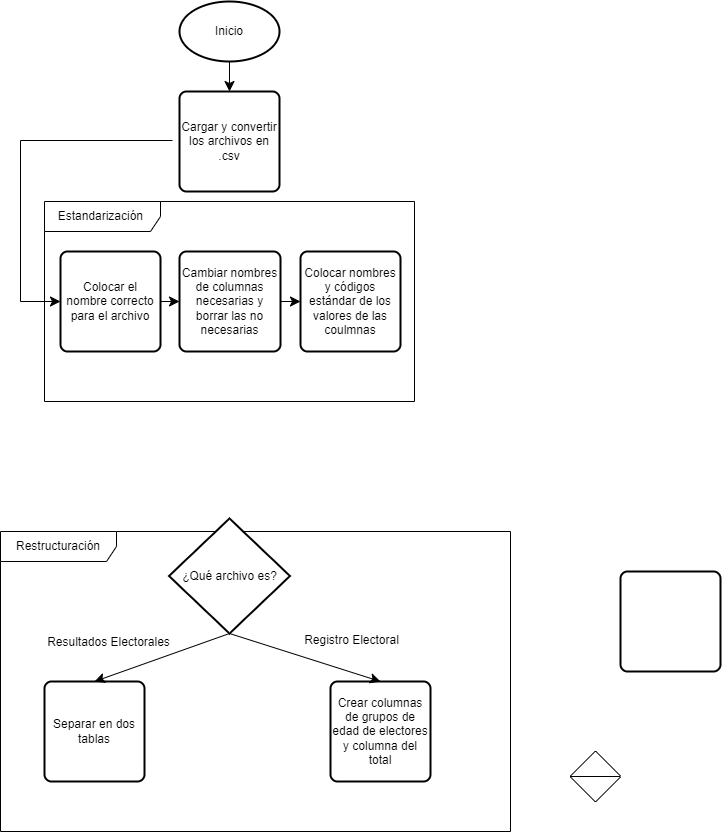
kris-aid/ELECU keeps this draw.io diagram as assests/Elecu-Flowchart.drawio.png. Above is the earlier version. Source tidied: cells renumbered, new cells last; positions are measured from the earlier drawing's top-left corner, leaving out a move shared by most shapes.
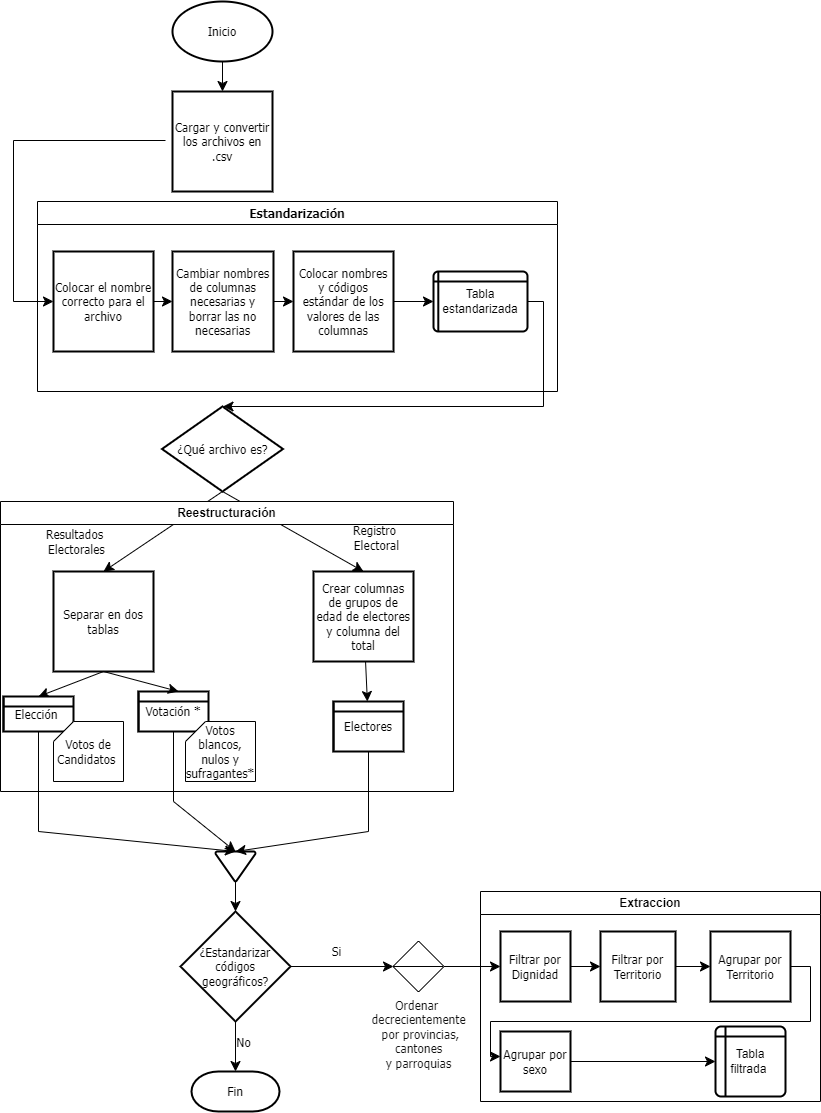
After the change.

The edit, as a diff of the source:
```diff
@@ -4,64 +4,49 @@
     <mxCell id="1" parent="0" />
-    <mxCell id="2" style="edgeStyle=none;curved=1;rounded=0;jettySize=auto;html=1;fontSize=12;startSize=8;endSize=8;" parent="1" edge="1" source="3" target="5">
+    <mxCell id="2" style="edgeStyle=none;curved=1;rounded=0;jettySize=auto;html=1;fontSize=12;startSize=8;endSize=8;labelBackgroundColor=none;fontColor=default;fontFamily=Tahoma;" parent="1" edge="1" source="3" target="5">
       <mxGeometry relative="1" as="geometry" />
     </mxCell>
-    <mxCell id="3" value="Inicio" style="strokeWidth=2;html=1;shape=mxgraph.flowchart.start_1;whiteSpace=wrap;" parent="1" vertex="1">
+    <mxCell id="3" value="Inicio" style="strokeWidth=2;html=1;shape=mxgraph.flowchart.start_1;whiteSpace=wrap;labelBackgroundColor=none;fontFamily=Tahoma;fontSize=12;rounded=0;" parent="1" vertex="1">
       <mxGeometry x="179" width="100" height="60" as="geometry" />
     </mxCell>
+    <mxCell id="22" style="edgeStyle=none;curved=1;rounded=0;jettySize=auto;html=1;entryX=0;entryY=0.5;entryDx=0;entryDy=0;fontSize=12;startSize=8;endSize=8;exitX=1;exitY=0.5;exitDx=0;exitDy=0;exitPerimeter=0;" parent="1" edge="1" source="4" target="15">
+      <mxGeometry relative="1" as="geometry" />
+    </mxCell>
-    <mxCell id="4" style="verticalLabelPosition=bottom;verticalAlign=top;html=1;shape=mxgraph.flowchart.sort;" parent="1" vertex="1">
-      <mxGeometry x="570" y="750" width="50" height="50" as="geometry" />
+    <mxCell id="4" value="&lt;font color=&quot;#121212&quot;&gt;Ordenar&amp;nbsp;&lt;/font&gt;&lt;div style=&quot;font-size: 12px;&quot;&gt;&lt;font color=&quot;#121212&quot;&gt;decrecientemente&lt;/font&gt;&lt;/div&gt;&lt;div style=&quot;font-size: 12px;&quot;&gt;&lt;font color=&quot;#121212&quot;&gt;&amp;nbsp;por provincias&lt;span style=&quot;background-color: initial; font-size: 12px;&quot;&gt;,&lt;/span&gt;&lt;/font&gt;&lt;/div&gt;&lt;div style=&quot;font-size: 12px;&quot;&gt;&lt;span style=&quot;background-color: initial; font-size: 12px;&quot;&gt;&lt;font color=&quot;#121212&quot;&gt;&amp;nbsp;cantones&amp;nbsp;&lt;/font&gt;&lt;/span&gt;&lt;/div&gt;&lt;div style=&quot;font-size: 12px;&quot;&gt;&lt;font color=&quot;#121212&quot;&gt;y parroquias&lt;/font&gt;&lt;/div&gt;" style="verticalLabelPosition=bottom;verticalAlign=top;html=1;shape=mxgraph.flowchart.sort;labelBackgroundColor=none;fontFamily=Tahoma;fontSize=12;rounded=0;" parent="1" vertex="1">
+      <mxGeometry x="400" y="940" width="50" height="50" as="geometry" />
     </mxCell>
-    <mxCell id="5" value="Cargar y convertir los archivos en .csv" style="rounded=1;whiteSpace=wrap;html=1;absoluteArcSize=1;arcSize=14;strokeWidth=2;" parent="1" vertex="1">
+    <mxCell id="5" value="Cargar y convertir los archivos en .csv" style="rounded=0;whiteSpace=wrap;html=1;absoluteArcSize=1;arcSize=14;strokeWidth=2;labelBackgroundColor=none;fontFamily=Tahoma;fontSize=12;" parent="1" vertex="1">
       <mxGeometry x="179" y="90" width="100" height="100" as="geometry" />
     </mxCell>
-    <mxCell id="6" style="edgeStyle=none;curved=1;rounded=0;jettySize=auto;html=1;exitX=1;exitY=0.5;exitDx=0;exitDy=0;entryX=0;entryY=0.5;entryDx=0;entryDy=0;fontSize=12;startSize=8;endSize=8;" parent="1" edge="1" source="7" target="9">
-      <mxGeometry relative="1" as="geometry" />
-    </mxCell>
-    <mxCell id="7" value="Cambiar nombres de columnas necesarias y borrar las no necesarias" style="rounded=1;whiteSpace=wrap;html=1;absoluteArcSize=1;arcSize=14;strokeWidth=2;" parent="1" vertex="1">
-      <mxGeometry x="179" y="250" width="101" height="100" as="geometry" />
-    </mxCell>
-    <mxCell id="8" value="Estandarización&amp;nbsp;" style="shape=umlFrame;whiteSpace=wrap;html=1;width=116;height=30;" parent="1" vertex="1">
-      <mxGeometry x="44" y="200" width="370" height="200" as="geometry" />
-    </mxCell>
-    <mxCell id="9" value="Colocar nombres y códigos estándar de los valores de las coulmnas" style="rounded=1;whiteSpace=wrap;html=1;absoluteArcSize=1;arcSize=14;strokeWidth=2;" parent="1" vertex="1">
-      <mxGeometry x="300" y="250" width="100" height="100" as="geometry" />
-    </mxCell>
-    <mxCell id="10" style="edgeStyle=none;curved=1;rounded=0;jettySize=auto;html=1;exitX=1;exitY=0.5;exitDx=0;exitDy=0;entryX=0;entryY=0.5;entryDx=0;entryDy=0;fontSize=12;startSize=8;endSize=8;" parent="1" edge="1" source="11" target="7">
-      <mxGeometry relative="1" as="geometry" />
-    </mxCell>
-    <mxCell id="11" value="Colocar el nombre correcto para el archivo" style="rounded=1;whiteSpace=wrap;html=1;absoluteArcSize=1;arcSize=14;strokeWidth=2;" parent="1" vertex="1">
-      <mxGeometry x="60" y="250" width="100" height="100" as="geometry" />
-    </mxCell>
+    <mxCell id="23" style="edgeStyle=none;curved=1;rounded=0;jettySize=auto;html=1;entryX=0.5;entryY=0;entryDx=0;entryDy=0;fontSize=12;startSize=8;endSize=8;exitX=0.5;exitY=1;exitDx=0;exitDy=0;labelBackgroundColor=none;fontColor=default;fontFamily=Tahoma;" parent="1" edge="1" source="12" target="28">
+      <mxGeometry relative="1" as="geometry" />
+    </mxCell>
-    <mxCell id="12" value="Separar en dos tablas" style="rounded=1;whiteSpace=wrap;html=1;absoluteArcSize=1;arcSize=14;strokeWidth=2;" parent="1" vertex="1">
-      <mxGeometry x="44" y="680" width="100" height="100" as="geometry" />
+    <mxCell id="12" value="Separar en dos tablas" style="rounded=0;whiteSpace=wrap;html=1;absoluteArcSize=1;arcSize=14;strokeWidth=2;labelBackgroundColor=none;fontFamily=Tahoma;fontSize=12;" parent="1" vertex="1">
+      <mxGeometry x="60" y="570" width="100" height="100" as="geometry" />
     </mxCell>
-    <mxCell id="13" value="Restructuración" style="shape=umlFrame;whiteSpace=wrap;html=1;width=116;height=30;" parent="1" vertex="1">
-      <mxGeometry y="530" width="510" height="300" as="geometry" />
-    </mxCell>
+    <mxCell id="24" style="edgeStyle=none;curved=1;rounded=0;jettySize=auto;html=1;fontSize=12;startSize=8;endSize=8;labelBackgroundColor=none;fontColor=default;fontFamily=Tahoma;" parent="1" edge="1" source="14" target="33">
+      <mxGeometry relative="1" as="geometry" />
+    </mxCell>
-    <mxCell id="14" value="Crear columnas de grupos de edad de electores y columna del total" style="rounded=1;whiteSpace=wrap;html=1;absoluteArcSize=1;arcSize=14;strokeWidth=2;" parent="1" vertex="1">
-      <mxGeometry x="330" y="680" width="100" height="100" as="geometry" />
+    <mxCell id="14" value="Crear columnas de grupos de edad de electores y columna del total" style="rounded=0;whiteSpace=wrap;html=1;absoluteArcSize=1;arcSize=14;strokeWidth=2;labelBackgroundColor=none;fontFamily=Tahoma;fontSize=12;" parent="1" vertex="1">
+      <mxGeometry x="320" y="570" width="100" height="90" as="geometry" />
     </mxCell>
-    <mxCell id="15" style="rounded=1;whiteSpace=wrap;html=1;absoluteArcSize=1;arcSize=14;strokeWidth=2;" parent="1" vertex="1">
-      <mxGeometry x="620" y="570" width="100" height="100" as="geometry" />
-    </mxCell>
-    <mxCell id="16" style="edgeStyle=none;curved=1;rounded=0;jettySize=auto;html=1;entryX=0.5;entryY=0;entryDx=0;entryDy=0;fontSize=12;startSize=8;endSize=8;exitX=0.5;exitY=1;exitDx=0;exitDy=0;exitPerimeter=0;" parent="1" edge="1" source="20" target="12">
+    <mxCell id="16" style="edgeStyle=none;curved=1;rounded=0;jettySize=auto;html=1;entryX=0.5;entryY=0;entryDx=0;entryDy=0;fontSize=12;startSize=8;endSize=8;exitX=0.5;exitY=1;exitDx=0;exitDy=0;exitPerimeter=0;labelBackgroundColor=none;fontColor=default;fontFamily=Tahoma;" parent="1" edge="1" source="20" target="12">
       <mxGeometry relative="1" as="geometry" />
     </mxCell>
-    <mxCell id="17" value="Resultados Electorales" style="edgeLabel;html=1;align=center;verticalAlign=middle;fontSize=12;" parent="16" vertex="1">
+    <mxCell id="17" value="Resultados&lt;div style=&quot;font-size: 12px;&quot;&gt;&amp;nbsp;Electorales&lt;/div&gt;" style="edgeLabel;html=1;align=center;verticalAlign=middle;fontSize=12;labelBackgroundColor=none;fontFamily=Tahoma;rounded=0;" parent="16" vertex="1">
       <mxGeometry x="-0.07" y="-2" relative="1" as="geometry">
-        <mxPoint x="-58" y="-12" as="offset" />
+        <mxPoint x="-92" y="14" as="offset" />
       </mxGeometry>
     </mxCell>
-    <mxCell id="18" style="edgeStyle=none;curved=1;rounded=0;jettySize=auto;html=1;entryX=0.5;entryY=0;entryDx=0;entryDy=0;fontSize=12;startSize=8;endSize=8;exitX=0.5;exitY=1;exitDx=0;exitDy=0;exitPerimeter=0;" parent="1" edge="1" source="20" target="14">
+    <mxCell id="18" style="edgeStyle=none;curved=1;rounded=0;jettySize=auto;html=1;entryX=0.5;entryY=0;entryDx=0;entryDy=0;fontSize=12;startSize=8;endSize=8;exitX=0.5;exitY=1;exitDx=0;exitDy=0;exitPerimeter=0;labelBackgroundColor=none;fontColor=default;fontFamily=Tahoma;" parent="1" edge="1" source="20" target="14">
       <mxGeometry relative="1" as="geometry" />
     </mxCell>
-    <mxCell id="19" value="Registro Electoral" style="edgeLabel;html=1;align=center;verticalAlign=middle;fontSize=12;" parent="18" vertex="1">
+    <mxCell id="19" value="Registro&lt;div style=&quot;font-size: 12px;&quot;&gt;&amp;nbsp;Electoral&lt;/div&gt;" style="edgeLabel;html=1;align=center;verticalAlign=middle;fontSize=12;labelBackgroundColor=none;fontFamily=Tahoma;rounded=0;" parent="18" vertex="1">
       <mxGeometry x="0.06" y="2" relative="1" as="geometry">
-        <mxPoint x="41" y="-17" as="offset" />
+        <mxPoint x="75" y="5" as="offset" />
       </mxGeometry>
     </mxCell>
-    <mxCell id="20" value="¿Qué archivo es?" style="strokeWidth=2;html=1;shape=mxgraph.flowchart.decision;whiteSpace=wrap;" parent="1" vertex="1">
-      <mxGeometry x="168.5" y="517" width="121" height="115" as="geometry" />
+    <mxCell id="20" value="¿Qué archivo es?" style="strokeWidth=2;html=1;shape=mxgraph.flowchart.decision;whiteSpace=wrap;labelBackgroundColor=none;fontFamily=Tahoma;fontSize=12;rounded=0;" parent="1" vertex="1">
+      <mxGeometry x="168.5" y="405" width="121" height="85" as="geometry" />
     </mxCell>
-    <mxCell id="21" style="edgeStyle=none;curved=0;rounded=0;jettySize=auto;html=1;fontSize=12;startSize=8;endSize=8;entryX=0;entryY=0.5;entryDx=0;entryDy=0;" parent="1" edge="1" target="11">
+    <mxCell id="21" style="edgeStyle=none;curved=0;rounded=0;jettySize=auto;html=1;fontSize=12;startSize=8;endSize=8;entryX=0;entryY=0.5;entryDx=0;entryDy=0;labelBackgroundColor=none;fontColor=default;fontFamily=Tahoma;" parent="1" edge="1" target="11">
       <mxGeometry relative="1" as="geometry">
@@ -74,2 +59,146 @@
     </mxCell>
+    <mxCell id="25" style="group;labelBackgroundColor=none;fontFamily=Tahoma;fontSize=12;rounded=0;" parent="1" vertex="1">
+      <mxGeometry x="44" y="200" width="520" height="190" as="geometry" />
+    </mxCell>
+    <mxCell id="7" value="Cambiar nombres de columnas necesarias y borrar las no necesarias" style="rounded=0;whiteSpace=wrap;html=1;absoluteArcSize=1;arcSize=14;strokeWidth=2;labelBackgroundColor=none;fontFamily=Tahoma;fontSize=12;" parent="25" vertex="1">
+      <mxGeometry x="135" y="50" width="101" height="100" as="geometry" />
+    </mxCell>
+    <mxCell id="26" style="edgeStyle=none;curved=1;rounded=0;jettySize=auto;html=1;fontSize=12;startSize=8;endSize=8;" parent="25" edge="1" source="9" target="27">
+      <mxGeometry relative="1" as="geometry" />
+    </mxCell>
+    <mxCell id="9" value="Colocar nombres y códigos estándar de los valores de las columnas" style="rounded=0;whiteSpace=wrap;html=1;absoluteArcSize=1;arcSize=14;strokeWidth=2;labelBackgroundColor=none;fontFamily=Tahoma;fontSize=12;" parent="25" vertex="1">
+      <mxGeometry x="256" y="50" width="100" height="100" as="geometry" />
+    </mxCell>
+    <mxCell id="11" value="Colocar el nombre correcto para el archivo" style="rounded=0;whiteSpace=wrap;html=1;absoluteArcSize=1;arcSize=14;strokeWidth=2;labelBackgroundColor=none;fontFamily=Tahoma;fontSize=12;" parent="25" vertex="1">
+      <mxGeometry x="16" y="50" width="100" height="100" as="geometry" />
+    </mxCell>
+    <mxCell id="8" value="Estandarización" style="swimlane;whiteSpace=wrap;html=1;labelBackgroundColor=none;fontFamily=Tahoma;fontSize=12;rounded=0;" parent="25" vertex="1">
+      <mxGeometry width="520" height="190" as="geometry" />
+    </mxCell>
+    <mxCell id="27" value="Tabla estandarizada" style="shape=internalStorage;whiteSpace=wrap;html=1;dx=0;dy=10;rounded=1;arcSize=8;strokeWidth=2;" parent="8" vertex="1">
+      <mxGeometry x="396" y="70" width="94" height="60" as="geometry" />
+    </mxCell>
+    <mxCell id="6" style="edgeStyle=none;curved=1;rounded=0;jettySize=auto;html=1;exitX=1;exitY=0.5;exitDx=0;exitDy=0;entryX=0;entryY=0.5;entryDx=0;entryDy=0;fontSize=12;startSize=8;endSize=8;labelBackgroundColor=none;fontColor=default;fontFamily=Tahoma;" parent="25" edge="1" source="7" target="9">
+      <mxGeometry relative="1" as="geometry" />
+    </mxCell>
+    <mxCell id="10" style="edgeStyle=none;curved=1;rounded=0;jettySize=auto;html=1;exitX=1;exitY=0.5;exitDx=0;exitDy=0;entryX=0;entryY=0.5;entryDx=0;entryDy=0;fontSize=12;startSize=8;endSize=8;labelBackgroundColor=none;fontColor=default;fontFamily=Tahoma;" parent="25" edge="1" source="11" target="7">
+      <mxGeometry relative="1" as="geometry" />
+    </mxCell>
+    <mxCell id="28" value="Elección&amp;nbsp;" style="shape=internalStorage;whiteSpace=wrap;html=1;dx=0;dy=10;rounded=0;arcSize=11;strokeWidth=2;labelBackgroundColor=none;fontFamily=Tahoma;fontSize=12;" parent="1" vertex="1">
+      <mxGeometry x="10" y="695" width="70" height="35" as="geometry" />
+    </mxCell>
+    <mxCell id="29" value="Votación *" style="shape=internalStorage;whiteSpace=wrap;html=1;dx=0;dy=10;rounded=0;arcSize=11;strokeWidth=2;labelBackgroundColor=none;fontFamily=Tahoma;fontSize=12;" parent="1" vertex="1">
+      <mxGeometry x="145" y="690" width="70" height="40" as="geometry" />
+    </mxCell>
+    <mxCell id="30" value="Votos de Candidatos&amp;nbsp;" style="shape=card;whiteSpace=wrap;html=1;size=20;labelBackgroundColor=none;fontFamily=Tahoma;fontSize=12;rounded=0;" parent="1" vertex="1">
+      <mxGeometry x="60" y="720" width="70" height="60" as="geometry" />
+    </mxCell>
+    <mxCell id="31" style="edgeStyle=none;curved=1;rounded=0;jettySize=auto;html=1;exitX=0.5;exitY=1;exitDx=0;exitDy=0;entryX=0.571;entryY=-0.001;entryDx=0;entryDy=0;entryPerimeter=0;fontSize=12;startSize=8;endSize=8;labelBackgroundColor=none;fontColor=default;fontFamily=Tahoma;" parent="1" edge="1" source="12" target="29">
+      <mxGeometry relative="1" as="geometry" />
+    </mxCell>
+    <mxCell id="32" value="Votos blancos, nulos y sufragantes*" style="shape=card;whiteSpace=wrap;html=1;size=20;labelBackgroundColor=none;fontFamily=Tahoma;fontSize=12;rounded=0;" parent="1" vertex="1">
+      <mxGeometry x="192" y="720" width="70" height="60" as="geometry" />
+    </mxCell>
+    <mxCell id="33" value="Electores" style="shape=internalStorage;whiteSpace=wrap;html=1;dx=0;dy=10;rounded=0;arcSize=8;strokeWidth=2;labelBackgroundColor=none;fontFamily=Tahoma;fontSize=12;" parent="1" vertex="1">
+      <mxGeometry x="340" y="700" width="70" height="50" as="geometry" />
+    </mxCell>
+    <mxCell id="34" style="edgeStyle=none;curved=0;rounded=0;jettySize=auto;html=1;entryX=0.5;entryY=0;entryDx=0;entryDy=0;entryPerimeter=0;fontSize=12;fontColor=default;startSize=8;endSize=8;labelBackgroundColor=none;fontFamily=Tahoma;exitX=1;exitY=0.5;exitDx=0;exitDy=0;" parent="1" edge="1" source="27">
+      <mxGeometry relative="1" as="geometry">
+        <mxPoint x="229.5" y="405" as="targetPoint" />
+        <Array as="points">
+          <mxPoint x="550" y="300" />
+          <mxPoint x="550" y="405" />
+        </Array>
+      </mxGeometry>
+    </mxCell>
+    <mxCell id="35" style="edgeStyle=none;curved=1;rounded=0;jettySize=auto;html=1;fontSize=12;fontColor=default;startSize=8;endSize=8;labelBackgroundColor=none;fontFamily=Tahoma;" parent="1" edge="1" source="36" target="44">
+      <mxGeometry relative="1" as="geometry" />
+    </mxCell>
+    <mxCell id="36" style="strokeWidth=2;html=1;shape=mxgraph.flowchart.merge_or_storage;whiteSpace=wrap;labelBackgroundColor=none;fontFamily=Tahoma;fontSize=12;rounded=0;" parent="1" vertex="1">
+      <mxGeometry x="222" y="850" width="40" height="30" as="geometry" />
+    </mxCell>
+    <mxCell id="37" style="edgeStyle=none;curved=0;rounded=0;jettySize=auto;html=1;entryX=0.5;entryY=0;entryDx=0;entryDy=0;entryPerimeter=0;fontSize=12;fontColor=default;startSize=8;endSize=8;labelBackgroundColor=none;fontFamily=Tahoma;" parent="1" edge="1" source="28" target="36">
+      <mxGeometry relative="1" as="geometry">
+        <Array as="points">
+          <mxPoint x="45" y="830" />
+        </Array>
+      </mxGeometry>
+    </mxCell>
+    <mxCell id="38" style="edgeStyle=none;curved=0;rounded=0;jettySize=auto;html=1;entryX=0.5;entryY=0;entryDx=0;entryDy=0;entryPerimeter=0;fontSize=12;fontColor=default;startSize=8;endSize=8;labelBackgroundColor=none;fontFamily=Tahoma;" parent="1" edge="1" source="29" target="36">
+      <mxGeometry relative="1" as="geometry">
+        <Array as="points">
+          <mxPoint x="180" y="800" />
+        </Array>
+      </mxGeometry>
+    </mxCell>
+    <mxCell id="39" style="edgeStyle=none;curved=0;rounded=0;jettySize=auto;html=1;entryX=0.5;entryY=0;entryDx=0;entryDy=0;entryPerimeter=0;fontSize=12;fontColor=default;startSize=8;endSize=8;labelBackgroundColor=none;fontFamily=Tahoma;" parent="1" edge="1" source="33" target="36">
+      <mxGeometry relative="1" as="geometry">
+        <Array as="points">
+          <mxPoint x="375" y="830" />
+        </Array>
+      </mxGeometry>
+    </mxCell>
+    <mxCell id="40" style="edgeStyle=none;curved=1;rounded=0;jettySize=auto;html=1;fontSize=12;fontColor=default;startSize=8;endSize=8;labelBackgroundColor=none;fontFamily=Tahoma;" parent="1" edge="1" source="44" target="45">
+      <mxGeometry relative="1" as="geometry" />
+    </mxCell>
+    <mxCell id="41" value="No" style="edgeLabel;html=1;align=center;verticalAlign=middle;fontSize=12;labelBackgroundColor=none;fontFamily=Tahoma;rounded=0;" parent="40" vertex="1">
+      <mxGeometry x="0.01" y="-2" relative="1" as="geometry">
+        <mxPoint x="10" y="-5" as="offset" />
+      </mxGeometry>
+    </mxCell>
+    <mxCell id="42" style="edgeStyle=none;curved=1;rounded=0;jettySize=auto;html=1;fontSize=12;fontColor=default;startSize=8;endSize=8;labelBackgroundColor=none;fontFamily=Tahoma;" parent="1" edge="1" source="44" target="4">
+      <mxGeometry relative="1" as="geometry" />
+    </mxCell>
+    <mxCell id="43" value="Si" style="edgeLabel;html=1;align=center;verticalAlign=middle;fontSize=12;labelBackgroundColor=none;fontFamily=Tahoma;rounded=0;" parent="42" vertex="1">
+      <mxGeometry x="-0.29" y="4" relative="1" as="geometry">
+        <mxPoint x="9" y="-11" as="offset" />
+      </mxGeometry>
+    </mxCell>
+    <mxCell id="44" value="¿Estandarizar códigos&lt;div style=&quot;font-size: 12px;&quot;&gt;geográficos?&lt;/div&gt;" style="strokeWidth=2;html=1;shape=mxgraph.flowchart.decision;whiteSpace=wrap;labelBackgroundColor=none;fontFamily=Tahoma;fontSize=12;rounded=0;" parent="1" vertex="1">
+      <mxGeometry x="187" y="910" width="110" height="110" as="geometry" />
+    </mxCell>
+    <mxCell id="45" value="Fin" style="strokeWidth=2;html=1;shape=mxgraph.flowchart.terminator;whiteSpace=wrap;labelBackgroundColor=none;fontFamily=Tahoma;fontSize=12;rounded=0;" parent="1" vertex="1">
+      <mxGeometry x="198" y="1070" width="88" height="40" as="geometry" />
+    </mxCell>
+    <mxCell id="46" value="Extraccion" style="swimlane;whiteSpace=wrap;html=1;labelBackgroundColor=none;" parent="1" vertex="1">
+      <mxGeometry x="487" y="890" width="340" height="210" as="geometry" />
+    </mxCell>
+    <mxCell id="47" style="edgeStyle=none;curved=1;rounded=0;jettySize=auto;html=1;fontSize=12;startSize=8;endSize=8;" parent="46" edge="1" source="15" target="49">
+      <mxGeometry relative="1" as="geometry" />
+    </mxCell>
+    <mxCell id="15" value="Filtrar por Dignidad" style="rounded=0;whiteSpace=wrap;html=1;absoluteArcSize=1;arcSize=14;strokeWidth=2;labelBackgroundColor=none;fontFamily=Tahoma;fontSize=12;" parent="46" vertex="1">
+      <mxGeometry x="20" y="40" width="70" height="70" as="geometry" />
+    </mxCell>
+    <mxCell id="48" style="edgeStyle=none;curved=1;rounded=0;jettySize=auto;html=1;fontSize=12;startSize=8;endSize=8;" parent="46" edge="1" source="49" target="51">
+      <mxGeometry relative="1" as="geometry" />
+    </mxCell>
+    <mxCell id="49" value="Filtrar por Territorio" style="rounded=0;whiteSpace=wrap;html=1;absoluteArcSize=1;arcSize=14;strokeWidth=2;labelBackgroundColor=none;fontFamily=Tahoma;fontSize=12;" parent="46" vertex="1">
+      <mxGeometry x="120" y="40" width="75" height="70" as="geometry" />
+    </mxCell>
+    <mxCell id="50" style="edgeStyle=none;curved=0;rounded=0;jettySize=auto;html=1;fontSize=12;startSize=8;endSize=8;entryX=0;entryY=0.5;entryDx=0;entryDy=0;exitX=1;exitY=0.5;exitDx=0;exitDy=0;" parent="46" edge="1" source="51">
+      <mxGeometry relative="1" as="geometry">
+        <mxPoint x="20" y="165" as="targetPoint" />
+        <Array as="points">
+          <mxPoint x="330" y="75" />
+          <mxPoint x="330" y="130" />
+          <mxPoint x="10" y="130" />
+          <mxPoint x="10" y="165" />
+        </Array>
+      </mxGeometry>
+    </mxCell>
+    <mxCell id="51" value="Agrupar por Territorio" style="rounded=0;whiteSpace=wrap;html=1;absoluteArcSize=1;arcSize=14;strokeWidth=2;labelBackgroundColor=none;fontFamily=Tahoma;fontSize=12;" parent="46" vertex="1">
+      <mxGeometry x="230" y="40" width="80" height="70" as="geometry" />
+    </mxCell>
+    <mxCell id="52" style="edgeStyle=none;curved=1;rounded=0;jettySize=auto;html=1;fontSize=12;startSize=8;endSize=8;" parent="46" edge="1" source="53" target="54">
+      <mxGeometry relative="1" as="geometry" />
+    </mxCell>
+    <mxCell id="53" value="Agrupar por sexo" style="rounded=0;whiteSpace=wrap;html=1;absoluteArcSize=1;arcSize=14;strokeWidth=2;labelBackgroundColor=none;fontFamily=Tahoma;fontSize=12;" parent="46" vertex="1">
+      <mxGeometry x="20" y="140" width="70" height="60" as="geometry" />
+    </mxCell>
+    <mxCell id="54" value="Tabla filtrada&amp;nbsp;" style="shape=internalStorage;whiteSpace=wrap;html=1;dx=10;dy=10;rounded=1;arcSize=8;strokeWidth=2;" parent="46" vertex="1">
+      <mxGeometry x="235" y="135" width="70" height="70" as="geometry" />
+    </mxCell>
+    <mxCell id="55" value="Reestructuración" style="swimlane;whiteSpace=wrap;html=1;" parent="1" vertex="1">
+      <mxGeometry x="7" y="500" width="453" height="290" as="geometry" />
+    </mxCell>
   </root>
```
